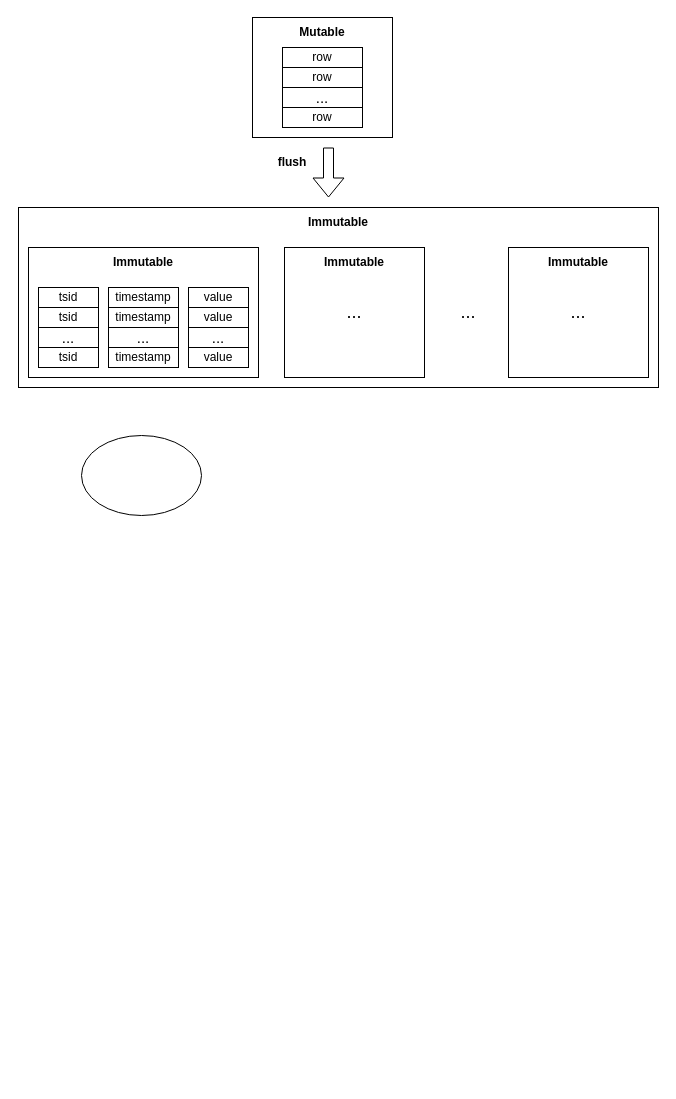
Above: datamemtable.drawio in Rachelint/drawio-store (draw.io), before the change. Source tidied: cells renumbered, new cells numbered last; positions are measured from the earlier drawing's top-left corner, leaving out a move shared by most shapes. Both pictures are drawn from the tidied source at 100%, with x=0, y=0 at pixel (18, 17).
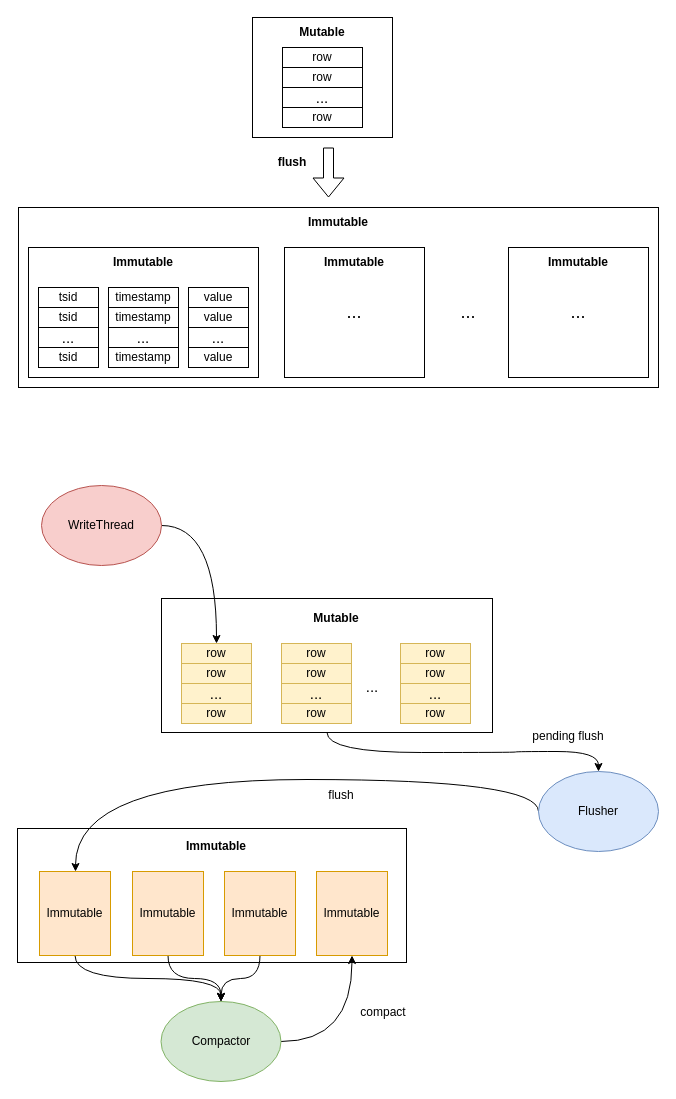
Above is the later version.

Change to the diagram source:
```diff
@@
+    <mxCell id="34" style="rounded=0;whiteSpace=wrap;html=1;" parent="1" vertex="1">
+      <mxGeometry x="-1" y="811" width="389" height="134" as="geometry" />
+    </mxCell>
+    <mxCell id="35" style="edgeStyle=orthogonalEdgeStyle;rounded=0;jettySize=auto;html=1;exitX=0.5;exitY=1;exitDx=0;exitDy=0;curved=1;" parent="1" edge="1" source="36" target="53">
+      <mxGeometry relative="1" as="geometry" />
+    </mxCell>
+    <mxCell id="36" style="rounded=0;whiteSpace=wrap;html=1;" parent="1" vertex="1">
+      <mxGeometry x="143" y="581" width="331" height="134" as="geometry" />
+    </mxCell>
@@
+    <mxCell id="37" style="edgeStyle=orthogonalEdgeStyle;rounded=0;jettySize=auto;html=1;exitX=1;exitY=0.5;exitDx=0;exitDy=0;curved=1;" parent="1" edge="1" source="33" target="38">
+      <mxGeometry relative="1" as="geometry" />
+    </mxCell>
-    <mxCell id="33" style="ellipse;whiteSpace=wrap;html=1;" parent="1" vertex="1">
-      <mxGeometry x="63" y="418" width="120" height="80" as="geometry" />
+    <mxCell id="33" value="WriteThread" style="ellipse;whiteSpace=wrap;html=1;fillColor=#f8cecc;strokeColor=#b85450;" parent="1" vertex="1">
+      <mxGeometry x="23" y="468" width="120" height="80" as="geometry" />
     </mxCell>
+    <mxCell id="38" value="row" style="rounded=0;whiteSpace=wrap;html=1;fillColor=#fff2cc;strokeColor=#d6b656;" parent="1" vertex="1">
+      <mxGeometry x="163" y="626" width="70" height="20" as="geometry" />
+    </mxCell>
+    <mxCell id="39" value="row" style="rounded=0;whiteSpace=wrap;html=1;fillColor=#fff2cc;strokeColor=#d6b656;" parent="1" vertex="1">
+      <mxGeometry x="163" y="646" width="70" height="20" as="geometry" />
+    </mxCell>
+    <mxCell id="40" value="&lt;font style=&quot;font-size: 15px;&quot;&gt;...&lt;/font&gt;" style="rounded=0;whiteSpace=wrap;html=1;fillColor=#fff2cc;strokeColor=#d6b656;" parent="1" vertex="1">
+      <mxGeometry x="163" y="666" width="70" height="20" as="geometry" />
+    </mxCell>
+    <mxCell id="41" value="row" style="rounded=0;whiteSpace=wrap;html=1;fillColor=#fff2cc;strokeColor=#d6b656;" parent="1" vertex="1">
+      <mxGeometry x="163" y="686" width="70" height="20" as="geometry" />
+    </mxCell>
+    <mxCell id="42" value="row" style="rounded=0;whiteSpace=wrap;html=1;fillColor=#fff2cc;strokeColor=#d6b656;" parent="1" vertex="1">
+      <mxGeometry x="263" y="626" width="70" height="20" as="geometry" />
+    </mxCell>
+    <mxCell id="43" value="row" style="rounded=0;whiteSpace=wrap;html=1;fillColor=#fff2cc;strokeColor=#d6b656;" parent="1" vertex="1">
+      <mxGeometry x="263" y="646" width="70" height="20" as="geometry" />
+    </mxCell>
+    <mxCell id="44" value="&lt;font style=&quot;font-size: 15px;&quot;&gt;...&lt;/font&gt;" style="rounded=0;whiteSpace=wrap;html=1;fillColor=#fff2cc;strokeColor=#d6b656;" parent="1" vertex="1">
+      <mxGeometry x="263" y="666" width="70" height="20" as="geometry" />
+    </mxCell>
+    <mxCell id="45" value="row" style="rounded=0;whiteSpace=wrap;html=1;fillColor=#fff2cc;strokeColor=#d6b656;" parent="1" vertex="1">
+      <mxGeometry x="263" y="686" width="70" height="20" as="geometry" />
+    </mxCell>
+    <mxCell id="46" value="row" style="rounded=0;whiteSpace=wrap;html=1;fillColor=#fff2cc;strokeColor=#d6b656;" parent="1" vertex="1">
+      <mxGeometry x="382" y="626" width="70" height="20" as="geometry" />
+    </mxCell>
+    <mxCell id="47" value="row" style="rounded=0;whiteSpace=wrap;html=1;fillColor=#fff2cc;strokeColor=#d6b656;" parent="1" vertex="1">
+      <mxGeometry x="382" y="646" width="70" height="20" as="geometry" />
+    </mxCell>
+    <mxCell id="48" value="&lt;font style=&quot;font-size: 15px;&quot;&gt;...&lt;/font&gt;" style="rounded=0;whiteSpace=wrap;html=1;fillColor=#fff2cc;strokeColor=#d6b656;" parent="1" vertex="1">
+      <mxGeometry x="382" y="666" width="70" height="20" as="geometry" />
+    </mxCell>
+    <mxCell id="49" value="row" style="rounded=0;whiteSpace=wrap;html=1;fillColor=#fff2cc;strokeColor=#d6b656;" parent="1" vertex="1">
+      <mxGeometry x="382" y="686" width="70" height="20" as="geometry" />
+    </mxCell>
+    <mxCell id="50" value="&lt;font style=&quot;font-size: 15px;&quot;&gt;...&lt;/font&gt;" style="text;html=1;align=center;verticalAlign=middle;whiteSpace=wrap;rounded=0;" parent="1" vertex="1">
+      <mxGeometry x="324" y="654" width="60" height="30" as="geometry" />
+    </mxCell>
+    <mxCell id="51" value="&lt;b&gt;Mutable&lt;/b&gt;" style="text;html=1;align=center;verticalAlign=middle;whiteSpace=wrap;rounded=0;" parent="1" vertex="1">
+      <mxGeometry x="288" y="586" width="60" height="30" as="geometry" />
+    </mxCell>
+    <mxCell id="52" style="edgeStyle=orthogonalEdgeStyle;rounded=0;jettySize=auto;html=1;exitX=0;exitY=0.5;exitDx=0;exitDy=0;curved=1;" parent="1" edge="1" source="53" target="56">
+      <mxGeometry relative="1" as="geometry">
+        <Array as="points">
+          <mxPoint x="520" y="762" />
+          <mxPoint x="57" y="762" />
+        </Array>
+      </mxGeometry>
+    </mxCell>
+    <mxCell id="53" value="Flusher" style="ellipse;whiteSpace=wrap;html=1;fillColor=#dae8fc;strokeColor=#6c8ebf;" parent="1" vertex="1">
+      <mxGeometry x="520" y="754" width="120" height="80" as="geometry" />
+    </mxCell>
+    <mxCell id="54" value="&lt;b&gt;Immutable&lt;/b&gt;" style="text;html=1;align=center;verticalAlign=middle;whiteSpace=wrap;rounded=0;" parent="1" vertex="1">
+      <mxGeometry x="168" y="814" width="60" height="30" as="geometry" />
+    </mxCell>
+    <mxCell id="55" style="edgeStyle=orthogonalEdgeStyle;rounded=0;jettySize=auto;html=1;exitX=0.5;exitY=1;exitDx=0;exitDy=0;entryX=0.5;entryY=0;entryDx=0;entryDy=0;curved=1;" parent="1" edge="1" source="56" target="62">
+      <mxGeometry relative="1" as="geometry" />
+    </mxCell>
+    <mxCell id="56" value="Immutable" style="rounded=0;whiteSpace=wrap;html=1;fillColor=#ffe6cc;strokeColor=#d79b00;" parent="1" vertex="1">
+      <mxGeometry x="21" y="854" width="71" height="84" as="geometry" />
+    </mxCell>
+    <mxCell id="57" style="edgeStyle=orthogonalEdgeStyle;rounded=0;jettySize=auto;html=1;exitX=0.5;exitY=1;exitDx=0;exitDy=0;curved=1;" parent="1" edge="1" source="58" target="62">
+      <mxGeometry relative="1" as="geometry" />
+    </mxCell>
+    <mxCell id="58" value="Immutable" style="rounded=0;whiteSpace=wrap;html=1;fillColor=#ffe6cc;strokeColor=#d79b00;" parent="1" vertex="1">
+      <mxGeometry x="114" y="854" width="71" height="84" as="geometry" />
+    </mxCell>
+    <mxCell id="59" style="edgeStyle=orthogonalEdgeStyle;rounded=0;jettySize=auto;html=1;exitX=0.5;exitY=1;exitDx=0;exitDy=0;entryX=0.5;entryY=0;entryDx=0;entryDy=0;curved=1;" parent="1" edge="1" source="60" target="62">
+      <mxGeometry relative="1" as="geometry" />
+    </mxCell>
+    <mxCell id="60" value="Immutable" style="rounded=0;whiteSpace=wrap;html=1;fillColor=#ffe6cc;strokeColor=#d79b00;" parent="1" vertex="1">
+      <mxGeometry x="206" y="854" width="71" height="84" as="geometry" />
+    </mxCell>
+    <mxCell id="61" style="edgeStyle=orthogonalEdgeStyle;rounded=0;jettySize=auto;html=1;exitX=1;exitY=0.5;exitDx=0;exitDy=0;entryX=0.5;entryY=1;entryDx=0;entryDy=0;curved=1;" parent="1" edge="1" source="62" target="63">
+      <mxGeometry relative="1" as="geometry" />
+    </mxCell>
+    <mxCell id="62" value="Compactor" style="ellipse;whiteSpace=wrap;html=1;fillColor=#d5e8d4;strokeColor=#82b366;" parent="1" vertex="1">
+      <mxGeometry x="142.5" y="984" width="120" height="80" as="geometry" />
+    </mxCell>
+    <mxCell id="63" value="Immutable" style="rounded=0;whiteSpace=wrap;html=1;fillColor=#ffe6cc;strokeColor=#d79b00;" parent="1" vertex="1">
+      <mxGeometry x="298" y="854" width="71" height="84" as="geometry" />
+    </mxCell>
+    <mxCell id="64" value="pending flush" style="text;html=1;align=center;verticalAlign=middle;whiteSpace=wrap;rounded=0;" parent="1" vertex="1">
+      <mxGeometry x="507" y="704" width="86" height="30" as="geometry" />
+    </mxCell>
+    <mxCell id="65" value="flush" style="text;html=1;align=center;verticalAlign=middle;whiteSpace=wrap;rounded=0;" parent="1" vertex="1">
+      <mxGeometry x="280" y="763" width="86" height="30" as="geometry" />
+    </mxCell>
+    <mxCell id="66" value="compact" style="text;html=1;align=center;verticalAlign=middle;whiteSpace=wrap;rounded=0;" parent="1" vertex="1">
+      <mxGeometry x="322" y="980" width="86" height="30" as="geometry" />
+    </mxCell>
```
